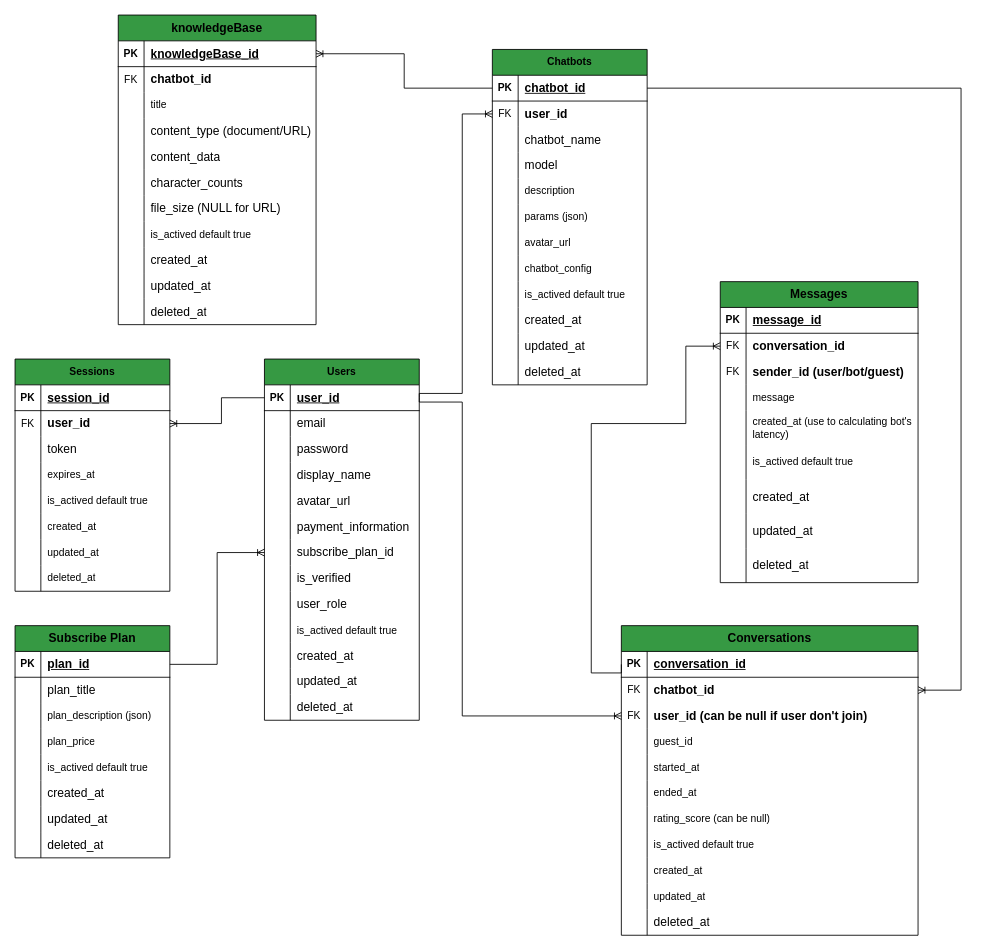
Before: page "Page-4" (4 of 5) of docs/database_diagrams/Ally_Database.drawio in DNAnh01/learn-fast-api, a draw.io diagram. Source tidied: cells renumbered, new cells numbered last; positions are measured from the earlier drawing's top-left corner, leaving out a move shared by most shapes. Both pictures are drawn from the tidied source at 86%, with x=0, y=0 at pixel (15, 15).
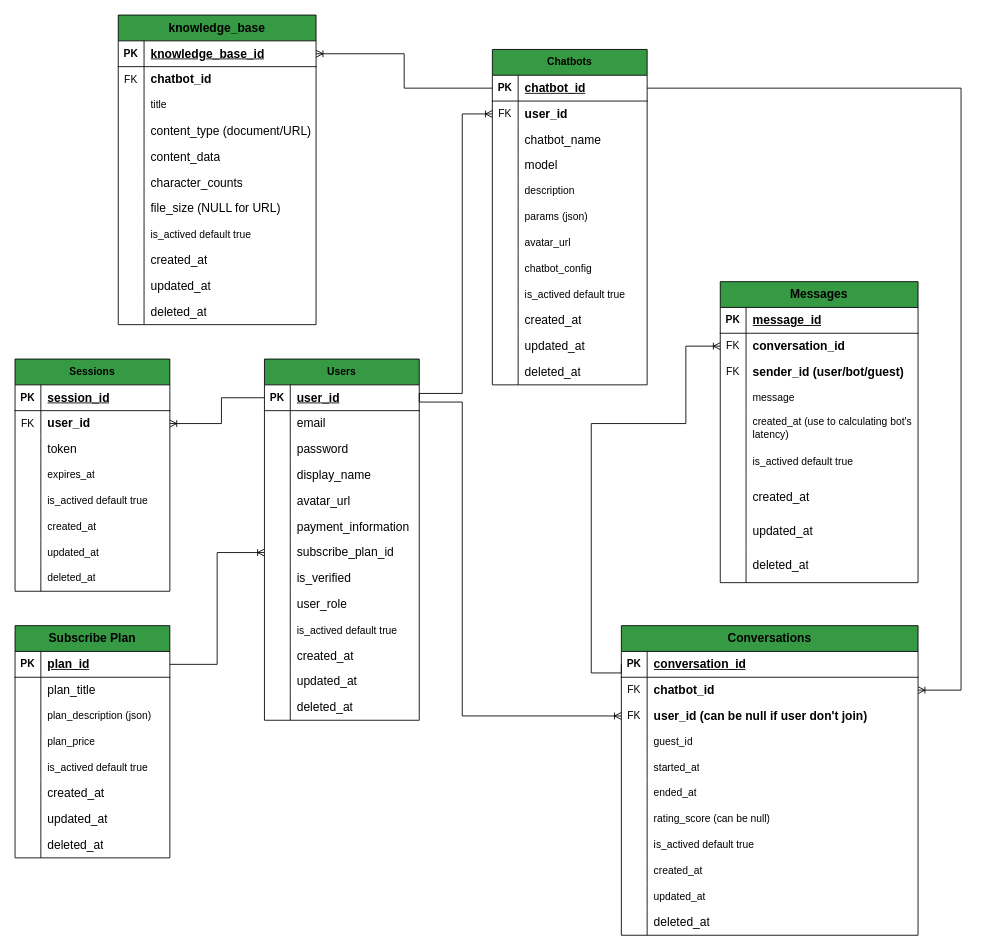
Above is the later version.

Unchanged cells that the change refers to:
```xml
<mxCell id="167" style="shape=tableRow;horizontal=0;startSize=0;swimlaneHead=0;swimlaneBody=0;fillColor=none;points=[[0,0.5],[1,0.5]];portConstraint=eastwest;top=0;left=0;right=0;bottom=1;fontColor=default;align=center;whiteSpace=wrap;html=1;labelBackgroundColor=none;fontFamily=Helvetica;" parent="166" vertex="1">
  <mxGeometry y="30" width="230" height="30" as="geometry" />
</mxCell>
```

Change to the diagram source:
```diff
@@
-    <mxCell id="166" value="&lt;div style=&quot;font-size: 14px; line-height: 19px; white-space-collapse: preserve;&quot;&gt;&lt;div style=&quot;line-height: 19px;&quot;&gt;&lt;div style=&quot;line-height: 19px;&quot;&gt;&lt;div style=&quot;line-height: 19px;&quot;&gt;knowledgeBase&lt;/div&gt;&lt;/div&gt;&lt;/div&gt;&lt;/div&gt;" style="shape=table;startSize=30;childLayout=tableLayout;rowLines=0;fontStyle=1;align=center;html=1;fillColor=#369943;fontColor=default;whiteSpace=wrap;labelBackgroundColor=none;fontFamily=Helvetica;" parent="1" vertex="1">
+    <mxCell id="166" value="&lt;div style=&quot;font-size: 14px; line-height: 19px; white-space-collapse: preserve;&quot;&gt;&lt;div style=&quot;line-height: 19px;&quot;&gt;&lt;div style=&quot;line-height: 19px;&quot;&gt;&lt;div style=&quot;line-height: 19px;&quot;&gt;knowledge_base&lt;/div&gt;&lt;/div&gt;&lt;/div&gt;&lt;/div&gt;" style="shape=table;startSize=30;childLayout=tableLayout;rowLines=0;fontStyle=1;align=center;html=1;fillColor=#369943;fontColor=default;whiteSpace=wrap;labelBackgroundColor=none;fontFamily=Helvetica;" parent="1" vertex="1">
       <mxGeometry x="120" width="230" height="360" as="geometry" />
     </mxCell>
@@
-    <mxCell id="169" value="&lt;div style=&quot;font-size: 14px; line-height: 19px; white-space: pre;&quot;&gt;&lt;div style=&quot;line-height: 19px;&quot;&gt;&lt;div style=&quot;line-height: 19px;&quot;&gt;&lt;div style=&quot;line-height: 19px;&quot;&gt;&lt;span style=&quot;&quot;&gt;knowledgeBase_id&lt;/span&gt;&lt;/div&gt;&lt;/div&gt;&lt;/div&gt;&lt;/div&gt;" style="shape=partialRectangle;fillColor=none;top=0;left=0;bottom=0;right=0;align=left;spacingLeft=6;fontStyle=5;overflow=hidden;whiteSpace=wrap;html=1;fontColor=default;labelBackgroundColor=none;fontFamily=Helvetica;" parent="167" vertex="1">
+    <mxCell id="169" value="&lt;div style=&quot;font-size: 14px; line-height: 19px; white-space: pre;&quot;&gt;&lt;div style=&quot;line-height: 19px;&quot;&gt;&lt;div style=&quot;line-height: 19px;&quot;&gt;&lt;div style=&quot;line-height: 19px;&quot;&gt;&lt;span style=&quot;&quot;&gt;knowledge_base_id&lt;/span&gt;&lt;/div&gt;&lt;/div&gt;&lt;/div&gt;&lt;/div&gt;" style="shape=partialRectangle;fillColor=none;top=0;left=0;bottom=0;right=0;align=left;spacingLeft=6;fontStyle=5;overflow=hidden;whiteSpace=wrap;html=1;fontColor=default;labelBackgroundColor=none;fontFamily=Helvetica;" parent="167" vertex="1">
       <mxGeometry x="30" width="200" height="30" as="geometry" />
     </mxCell>
```
